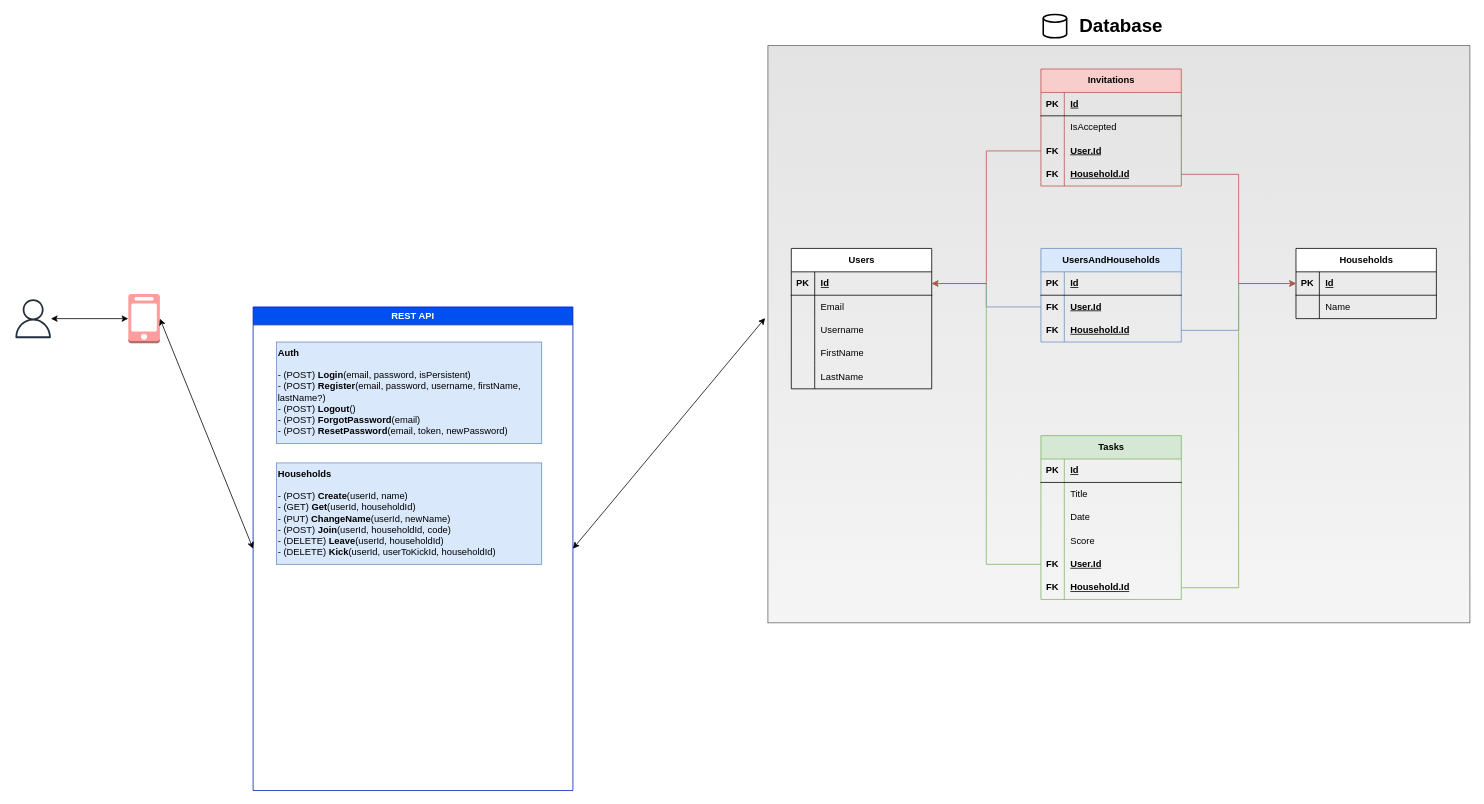
Earlier version of the draw.io diagram Fifty-Fifty.drawio (BBualdo/Fifty-Fifty). Source tidied: cells renumbered, new cells numbered last; positions are measured from the earlier drawing's top-left corner, leaving out a move shared by most shapes. Both pictures are drawn from the tidied source at 78%, with x=0, y=0 at pixel (13, 14).
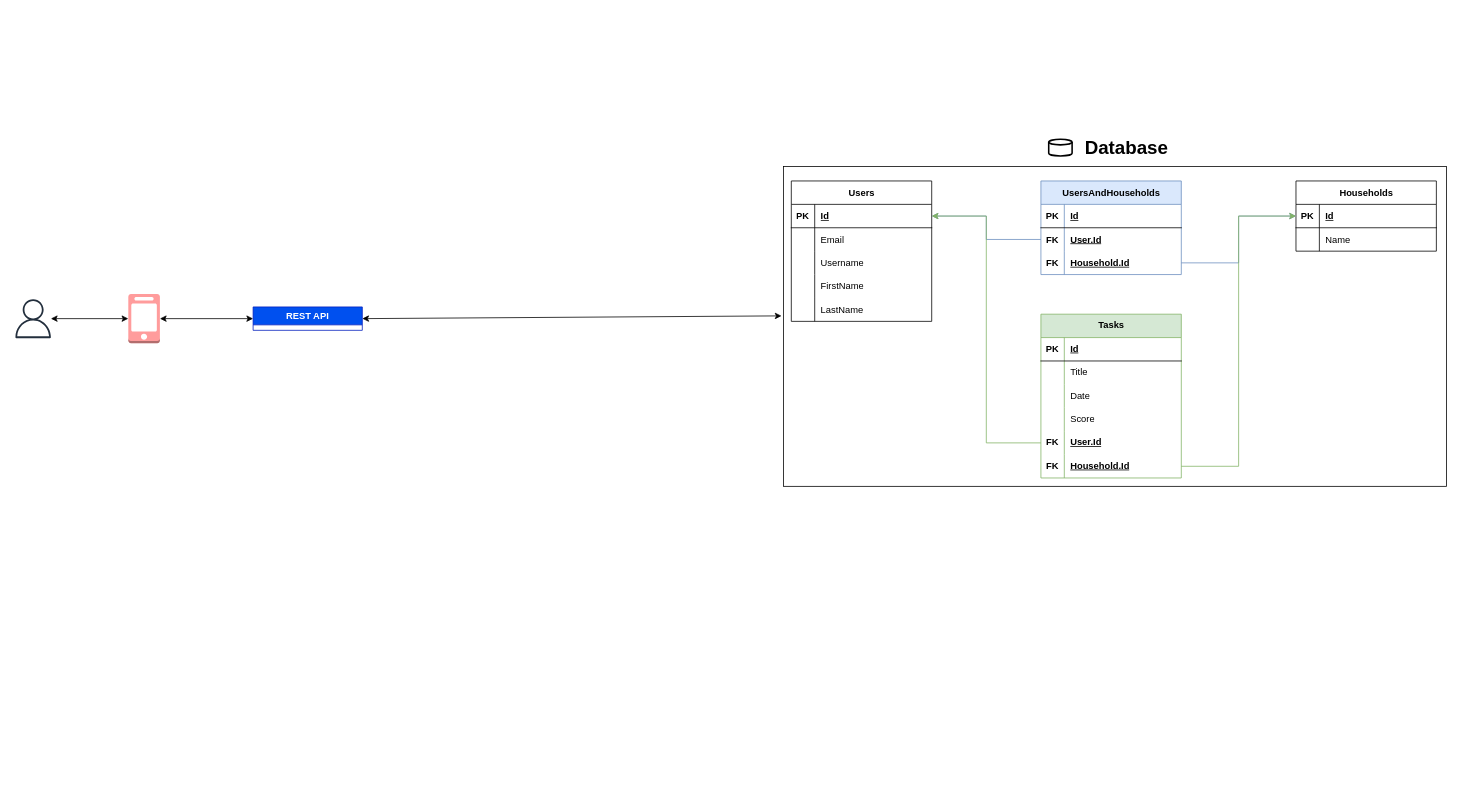
Above is the later version.

Commit message:
Defined Rest API structure and methods. Removed Invitations table, because invitation will be done by generating special link

Unchanged cells that the change refers to:
```xml
<mxCell id="15" style="shape=tableRow;horizontal=0;startSize=0;swimlaneHead=0;swimlaneBody=0;fillColor=none;points=[[0,0.5],[1,0.5]];portConstraint=eastwest;top=0;left=0;right=0;bottom=1;" parent="14" vertex="1">
  <mxGeometry y="30" width="180" height="30" as="geometry" />
</mxCell>
<mxCell id="31" style="shape=tableRow;horizontal=0;startSize=0;swimlaneHead=0;swimlaneBody=0;fillColor=none;points=[[0,0.5],[1,0.5]];portConstraint=eastwest;top=0;left=0;right=0;bottom=1;" parent="30" vertex="1">
  <mxGeometry y="30" width="180" height="30" as="geometry" />
</mxCell>
<mxCell id="63" style="shape=tableRow;horizontal=0;startSize=0;swimlaneHead=0;swimlaneBody=0;fillColor=none;points=[[0,0.5],[1,0.5]];portConstraint=eastwest;top=0;left=0;right=0;bottom=0;" parent="50" vertex="1">
  <mxGeometry y="150" width="180" height="30" as="geometry" />
</mxCell>
<mxCell id="66" style="shape=tableRow;horizontal=0;startSize=0;swimlaneHead=0;swimlaneBody=0;fillColor=none;points=[[0,0.5],[1,0.5]];portConstraint=eastwest;top=0;left=0;right=0;bottom=0;" parent="50" vertex="1">
  <mxGeometry y="180" width="180" height="30" as="geometry" />
</mxCell>
<mxCell id="73" style="shape=tableRow;horizontal=0;startSize=0;swimlaneHead=0;swimlaneBody=0;fillColor=none;points=[[0,0.5],[1,0.5]];portConstraint=eastwest;top=0;left=0;right=0;bottom=0;" parent="69" vertex="1">
  <mxGeometry y="60" width="180" height="30" as="geometry" />
</mxCell>
<mxCell id="76" style="shape=tableRow;horizontal=0;startSize=0;swimlaneHead=0;swimlaneBody=0;fillColor=none;points=[[0,0.5],[1,0.5]];portConstraint=eastwest;top=0;left=0;right=0;bottom=0;" parent="69" vertex="1">
  <mxGeometry y="90" width="180" height="30" as="geometry" />
</mxCell>
```

What changed in the source:
```diff
@@
-    <mxCell id="5" value="REST API" style="swimlane;whiteSpace=wrap;html=1;fillColor=#0050ef;fontColor=#ffffff;strokeColor=#001DBC;" parent="1" vertex="1">
-      <mxGeometry x="307" y="375" width="410" height="620" as="geometry" />
+    <mxCell id="5" value="REST API" style="swimlane;whiteSpace=wrap;html=1;fillColor=#0050ef;fontColor=#ffffff;strokeColor=#001DBC;" parent="1" vertex="1" collapsed="1">
+      <mxGeometry x="307" y="375" width="140" height="30" as="geometry" />
     </mxCell>
-    <mxCell id="6" value="&lt;div style=&quot;&quot;&gt;&lt;b style=&quot;background-color: initial;&quot;&gt;Households&lt;/b&gt;&lt;/div&gt;&lt;div style=&quot;&quot;&gt;&lt;font style=&quot;font-size: 12px;&quot;&gt;&lt;b style=&quot;&quot;&gt;&lt;br&gt;&lt;/b&gt;&lt;/font&gt;&lt;/div&gt;&lt;div&gt;- (POST) &lt;b&gt;Create&lt;/b&gt;(userId, name)&lt;/div&gt;&lt;div&gt;- (GET) &lt;b&gt;Get&lt;/b&gt;(userId, householdId)&lt;/div&gt;&lt;div&gt;- (PUT) &lt;b&gt;ChangeName&lt;/b&gt;(userId, newName)&lt;/div&gt;&lt;div&gt;- (POST) &lt;b&gt;Join&lt;/b&gt;(userId, householdId, code)&lt;/div&gt;&lt;div&gt;- (DELETE) &lt;b&gt;Leave&lt;/b&gt;(userId, householdId)&lt;/div&gt;&lt;div&gt;- (DELETE) &lt;b&gt;Kick&lt;/b&gt;(userId, userToKickId, householdId)&lt;/div&gt;" style="whiteSpace=wrap;html=1;align=left;verticalAlign=top;fillColor=#dae8fc;strokeColor=#6c8ebf;" parent="5" vertex="1">
-      <mxGeometry x="30" y="200" width="340" height="130" as="geometry" />
-    </mxCell>
-    <mxCell id="7" value="&lt;div style=&quot;&quot;&gt;&lt;b style=&quot;background-color: initial;&quot;&gt;Auth&lt;/b&gt;&lt;/div&gt;&lt;div style=&quot;&quot;&gt;&lt;font style=&quot;font-size: 12px;&quot;&gt;&lt;b style=&quot;&quot;&gt;&lt;br&gt;&lt;/b&gt;&lt;/font&gt;&lt;/div&gt;&lt;div&gt;- (POST) &lt;b&gt;Login&lt;/b&gt;(email, password, isPersistent)&lt;/div&gt;&lt;div&gt;- (POST) &lt;b&gt;Register&lt;/b&gt;(email, password, username, firstName, lastName?)&lt;/div&gt;&lt;div&gt;- (POST) &lt;b&gt;Logout&lt;/b&gt;()&lt;/div&gt;&lt;div&gt;- (POST) &lt;b&gt;ForgotPassword&lt;/b&gt;(email)&lt;/div&gt;&lt;div&gt;- (POST) &lt;b&gt;ResetPassword&lt;/b&gt;(email, token, newPassword)&lt;/div&gt;" style="whiteSpace=wrap;html=1;align=left;verticalAlign=top;fillColor=#dae8fc;strokeColor=#6c8ebf;" parent="5" vertex="1">
-      <mxGeometry x="30" y="45" width="340" height="130" as="geometry" />
-    </mxCell>
@@
-    <mxCell id="9" style="endArrow=classic;startArrow=classic;html=1;rounded=0;exitX=1;exitY=0.5;exitDx=0;exitDy=0;entryX=-0.004;entryY=0.472;entryDx=0;entryDy=0;entryPerimeter=0;" parent="1" edge="1" source="5" target="13">
+    <mxCell id="9" style="endArrow=classic;startArrow=classic;html=1;rounded=0;exitX=1;exitY=0.5;exitDx=0;exitDy=0;entryX=-0.003;entryY=0.467;entryDx=0;entryDy=0;entryPerimeter=0;" parent="1" edge="1" source="5" target="86">
       <mxGeometry relative="1" as="geometry" />
     </mxCell>
-    <mxCell id="10" style="strokeWidth=2;html=1;shape=mxgraph.flowchart.database;whiteSpace=wrap;" parent="1" vertex="1">
-      <mxGeometry x="1320" width="30" height="30" as="geometry" />
-    </mxCell>
-    <mxCell id="11" style="group;" parent="1" vertex="1">
-      <mxGeometry x="967" width="900" height="780" as="geometry" />
-    </mxCell>
-    <mxCell id="12" value="&lt;font style=&quot;font-size: 24px;&quot;&gt;&lt;b&gt;Database&lt;/b&gt;&lt;/font&gt;" style="text;html=1;align=center;verticalAlign=middle;whiteSpace=wrap;rounded=0;" parent="11" vertex="1">
-      <mxGeometry x="373" width="160" height="30" as="geometry" />
-    </mxCell>
-    <mxCell id="13" style="rounded=0;whiteSpace=wrap;html=1;fillColor=#f5f5f5;strokeColor=#666666;gradientColor=#E3E3E3;gradientDirection=north;" parent="11" vertex="1">
-      <mxGeometry y="40" width="900" height="740" as="geometry" />
-    </mxCell>
+    <mxCell id="85" style="group;" parent="1" vertex="1">
+      <mxGeometry x="987" y="160.1" width="850" height="444.9" as="geometry" />
+    </mxCell>
+    <mxCell id="86" style="rounded=0;whiteSpace=wrap;html=1;" parent="85" vertex="1">
+      <mxGeometry y="34.9" width="850" height="410" as="geometry" />
+    </mxCell>
-    <mxCell id="14" value="Users" style="shape=table;startSize=30;childLayout=tableLayout;rowLines=0;fontStyle=1;align=center;html=1;" parent="11" vertex="1">
-      <mxGeometry x="30" y="300" width="180" height="180" as="geometry" />
+    <mxCell id="14" value="Users" style="shape=table;startSize=30;childLayout=tableLayout;rowLines=0;fontStyle=1;align=center;html=1;" parent="85" vertex="1">
+      <mxGeometry x="10" y="53.4" width="180" height="180" as="geometry" />
     </mxCell>
@@
-    <mxCell id="30" value="Households" style="shape=table;startSize=30;childLayout=tableLayout;rowLines=0;fontStyle=1;align=center;html=1;" parent="11" vertex="1">
-      <mxGeometry x="677" y="300" width="180" height="90" as="geometry" />
+    <mxCell id="30" value="Households" style="shape=table;startSize=30;childLayout=tableLayout;rowLines=0;fontStyle=1;align=center;html=1;" parent="85" vertex="1">
+      <mxGeometry x="657" y="53.4" width="180" height="90" as="geometry" />
     </mxCell>
@@
-    <mxCell id="37" value="Invitations" style="shape=table;startSize=30;childLayout=tableLayout;rowLines=0;fontStyle=1;align=center;html=1;fillColor=#f8cecc;strokeColor=#b85450;" parent="11" vertex="1">
-      <mxGeometry x="350" y="70" width="180" height="150" as="geometry" />
-    </mxCell>
-    <mxCell id="38" style="shape=tableRow;horizontal=0;startSize=0;swimlaneHead=0;swimlaneBody=0;fillColor=none;top=0;left=0;right=0;bottom=1;" parent="37" vertex="1">
-      <mxGeometry y="30" width="180" height="30" as="geometry" />
-    </mxCell>
-    <mxCell id="39" value="PK" style="shape=partialRectangle;fillColor=none;top=0;left=0;bottom=0;right=0;fontStyle=1;overflow=hidden;whiteSpace=wrap;html=1;" parent="38" vertex="1">
-      <mxGeometry width="30" height="30" as="geometry" />
-    </mxCell>
-    <mxCell id="40" value="Id" style="shape=partialRectangle;fillColor=none;top=0;left=0;bottom=0;right=0;align=left;spacingLeft=6;fontStyle=5;overflow=hidden;whiteSpace=wrap;html=1;" parent="38" vertex="1">
-      <mxGeometry x="30" width="150" height="30" as="geometry" />
-    </mxCell>
-    <mxCell id="41" style="shape=tableRow;horizontal=0;startSize=0;swimlaneHead=0;swimlaneBody=0;fillColor=none;top=0;left=0;right=0;bottom=0;" parent="37" vertex="1">
-      <mxGeometry y="60" width="180" height="30" as="geometry" />
-    </mxCell>
-    <mxCell id="42" style="shape=partialRectangle;fillColor=none;top=0;left=0;bottom=0;right=0;overflow=hidden;whiteSpace=wrap;html=1;" parent="41" vertex="1">
-      <mxGeometry width="30" height="30" as="geometry" />
-    </mxCell>
-    <mxCell id="43" value="IsAccepted" style="shape=partialRectangle;fillColor=none;top=0;left=0;bottom=0;right=0;align=left;spacingLeft=6;overflow=hidden;whiteSpace=wrap;html=1;" parent="41" vertex="1">
-      <mxGeometry x="30" width="150" height="30" as="geometry" />
-    </mxCell>
-    <mxCell id="44" style="shape=tableRow;horizontal=0;startSize=0;swimlaneHead=0;swimlaneBody=0;fillColor=none;points=[[0,0.5],[1,0.5]];portConstraint=eastwest;top=0;left=0;right=0;bottom=0;" parent="37" vertex="1">
-      <mxGeometry y="90" width="180" height="30" as="geometry" />
-    </mxCell>
-    <mxCell id="45" value="&lt;b&gt;FK&lt;/b&gt;" style="shape=partialRectangle;fillColor=none;top=0;left=0;bottom=0;right=0;overflow=hidden;whiteSpace=wrap;html=1;" parent="44" vertex="1">
-      <mxGeometry width="30" height="30" as="geometry" />
-    </mxCell>
-    <mxCell id="46" value="&lt;b&gt;&lt;u&gt;User.Id&lt;/u&gt;&lt;/b&gt;" style="shape=partialRectangle;fillColor=none;top=0;left=0;bottom=0;right=0;align=left;spacingLeft=6;overflow=hidden;whiteSpace=wrap;html=1;" parent="44" vertex="1">
-      <mxGeometry x="30" width="150" height="30" as="geometry" />
-    </mxCell>
-    <mxCell id="47" style="shape=tableRow;horizontal=0;startSize=0;swimlaneHead=0;swimlaneBody=0;fillColor=none;points=[[0,0.5],[1,0.5]];portConstraint=eastwest;top=0;left=0;right=0;bottom=0;" parent="37" vertex="1">
-      <mxGeometry y="120" width="180" height="30" as="geometry" />
-    </mxCell>
-    <mxCell id="48" value="&lt;b&gt;FK&lt;/b&gt;" style="shape=partialRectangle;fillColor=none;top=0;left=0;bottom=0;right=0;overflow=hidden;whiteSpace=wrap;html=1;" parent="47" vertex="1">
-      <mxGeometry width="30" height="30" as="geometry" />
-    </mxCell>
-    <mxCell id="49" value="&lt;b&gt;&lt;u&gt;Household.Id&lt;/u&gt;&lt;/b&gt;" style="shape=partialRectangle;fillColor=none;top=0;left=0;bottom=0;right=0;align=left;spacingLeft=6;overflow=hidden;whiteSpace=wrap;html=1;" parent="47" vertex="1">
-      <mxGeometry x="30" width="150" height="30" as="geometry" />
-    </mxCell>
-    <mxCell id="50" value="Tasks" style="shape=table;startSize=30;childLayout=tableLayout;rowLines=0;fontStyle=1;align=center;html=1;fillColor=#d5e8d4;strokeColor=#82b366;" parent="11" vertex="1">
-      <mxGeometry x="350" y="540" width="180" height="210" as="geometry" />
+    <mxCell id="50" value="Tasks" style="shape=table;startSize=30;childLayout=tableLayout;rowLines=0;fontStyle=1;align=center;html=1;fillColor=#d5e8d4;strokeColor=#82b366;" parent="85" vertex="1">
+      <mxGeometry x="330" y="224.2" width="180" height="210" as="geometry" />
     </mxCell>
@@
-    <mxCell id="69" value="UsersAndHouseholds" style="shape=table;startSize=30;childLayout=tableLayout;rowLines=0;fontStyle=1;align=center;html=1;fillColor=#dae8fc;strokeColor=#6c8ebf;" parent="11" vertex="1">
-      <mxGeometry x="350" y="300" width="180" height="120" as="geometry" />
+    <mxCell id="69" value="UsersAndHouseholds" style="shape=table;startSize=30;childLayout=tableLayout;rowLines=0;fontStyle=1;align=center;html=1;fillColor=#dae8fc;strokeColor=#6c8ebf;" parent="85" vertex="1">
+      <mxGeometry x="330" y="53.4" width="180" height="120" as="geometry" />
     </mxCell>
@@
-    <mxCell id="79" style="edgeStyle=orthogonalEdgeStyle;rounded=0;jettySize=auto;html=1;fillColor=#dae8fc;strokeColor=#6c8ebf;" parent="11" edge="1" source="73" target="15">
+    <mxCell id="79" style="edgeStyle=orthogonalEdgeStyle;rounded=0;jettySize=auto;html=1;fillColor=#dae8fc;strokeColor=#6c8ebf;" parent="85" edge="1" source="73" target="15">
       <mxGeometry relative="1" as="geometry" />
     </mxCell>
-    <mxCell id="80" style="edgeStyle=orthogonalEdgeStyle;rounded=0;jettySize=auto;html=1;fillColor=#dae8fc;strokeColor=#6c8ebf;" parent="11" edge="1" source="76" target="31">
+    <mxCell id="80" style="edgeStyle=orthogonalEdgeStyle;rounded=0;jettySize=auto;html=1;fillColor=#dae8fc;strokeColor=#6c8ebf;" parent="85" edge="1" source="76" target="31">
       <mxGeometry relative="1" as="geometry" />
     </mxCell>
-    <mxCell id="81" style="edgeStyle=orthogonalEdgeStyle;rounded=0;jettySize=auto;html=1;entryX=1;entryY=0.5;entryDx=0;entryDy=0;fillColor=#d5e8d4;strokeColor=#82b366;" parent="11" edge="1" source="63" target="15">
+    <mxCell id="81" style="edgeStyle=orthogonalEdgeStyle;rounded=0;jettySize=auto;html=1;entryX=1;entryY=0.5;entryDx=0;entryDy=0;fillColor=#d5e8d4;strokeColor=#82b366;" parent="85" edge="1" source="63" target="15">
       <mxGeometry relative="1" as="geometry" />
     </mxCell>
-    <mxCell id="82" style="edgeStyle=orthogonalEdgeStyle;rounded=0;jettySize=auto;html=1;entryX=0;entryY=0.5;entryDx=0;entryDy=0;fillColor=#d5e8d4;strokeColor=#82b366;" parent="11" edge="1" source="66" target="31">
+    <mxCell id="82" style="edgeStyle=orthogonalEdgeStyle;rounded=0;jettySize=auto;html=1;entryX=0;entryY=0.5;entryDx=0;entryDy=0;fillColor=#d5e8d4;strokeColor=#82b366;" parent="85" edge="1" source="66" target="31">
       <mxGeometry relative="1" as="geometry" />
     </mxCell>
-    <mxCell id="83" style="edgeStyle=orthogonalEdgeStyle;rounded=0;jettySize=auto;html=1;entryX=1;entryY=0.5;entryDx=0;entryDy=0;fillColor=#f8cecc;strokeColor=#b85450;" parent="11" edge="1" source="44" target="15">
-      <mxGeometry relative="1" as="geometry" />
-    </mxCell>
-    <mxCell id="84" style="edgeStyle=orthogonalEdgeStyle;rounded=0;jettySize=auto;html=1;entryX=0;entryY=0.5;entryDx=0;entryDy=0;fillColor=#f8cecc;strokeColor=#b85450;" parent="11" edge="1" source="47" target="31">
-      <mxGeometry relative="1" as="geometry" />
-    </mxCell>
+    <mxCell id="10" style="strokeWidth=2;html=1;shape=mxgraph.flowchart.database;whiteSpace=wrap;" parent="85" vertex="1">
+      <mxGeometry x="340" width="30" height="21.3" as="geometry" />
+    </mxCell>
+    <mxCell id="12" value="&lt;font style=&quot;font-size: 24px;&quot;&gt;&lt;b&gt;Database&lt;/b&gt;&lt;/font&gt;" style="text;html=1;align=center;verticalAlign=middle;whiteSpace=wrap;rounded=0;" parent="85" vertex="1">
+      <mxGeometry x="360" width="160" height="21.3" as="geometry" />
+    </mxCell>
```
